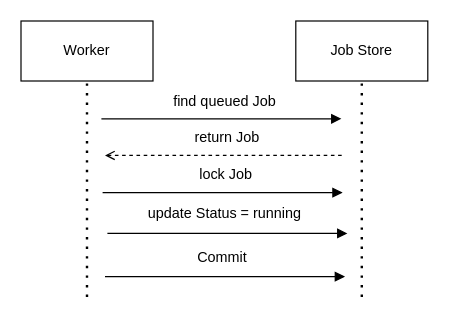
murfei/FaultTolerantJobProcessing keeps this draw.io diagram as Paper/drawio/dbJobClaiming.drawio. Above is the earlier version. Source tidied: cells renumbered, new cells numbered last; positions are measured from the earlier drawing's top-left corner, leaving out a move shared by most shapes. Both pictures are drawn from the tidied source at 120%, with x=0, y=0 at pixel (20, 20).
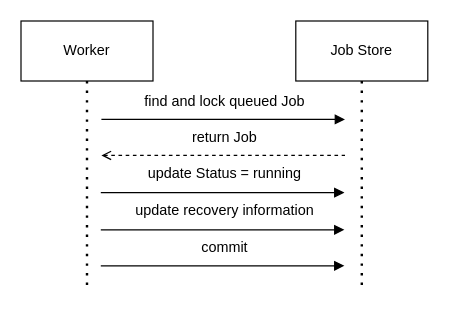
Above is the later version.

Unchanged cells that the change refers to:
```xml
<mxCell id="2" value="Worker" style="html=1;whiteSpace=wrap;" parent="1" vertex="1">
  <mxGeometry width="110" height="50" as="geometry" />
</mxCell>
<mxCell id="4" value="Job Store" style="html=1;whiteSpace=wrap;" parent="1" vertex="1">
  <mxGeometry x="229" width="110" height="50" as="geometry" />
</mxCell>
```

Change to the diagram source:
```diff
@@
     <mxCell id="3" style="endArrow=none;dashed=1;html=1;dashPattern=1 3;strokeWidth=2;rounded=0;entryX=0.5;entryY=1;entryDx=0;entryDy=0;" parent="1" edge="1" target="2">
       <mxGeometry relative="1" as="geometry">
-        <mxPoint x="55" y="230" as="sourcePoint" />
+        <mxPoint x="55" y="220" as="sourcePoint" />
       </mxGeometry>
     </mxCell>
@@
     <mxCell id="5" style="endArrow=none;dashed=1;html=1;dashPattern=1 3;strokeWidth=2;rounded=0;entryX=0.5;entryY=1;entryDx=0;entryDy=0;" parent="1" edge="1" target="4">
       <mxGeometry relative="1" as="geometry">
-        <mxPoint x="284" y="230" as="sourcePoint" />
+        <mxPoint x="284" y="220" as="sourcePoint" />
       </mxGeometry>
     </mxCell>
-    <mxCell id="6" style="endArrow=block;html=1;rounded=0;endFill=1;" parent="1" edge="1">
-      <mxGeometry relative="1" as="geometry">
-        <mxPoint x="72" y="177" as="sourcePoint" />
-        <mxPoint x="272" y="177" as="targetPoint" />
-      </mxGeometry>
-    </mxCell>
-    <mxCell id="7" style="endArrow=none;html=1;rounded=0;endFill=0;startArrow=open;startFill=0;dashed=1;" parent="1" edge="1">
-      <mxGeometry relative="1" as="geometry">
-        <mxPoint x="70" y="112" as="sourcePoint" />
-        <mxPoint x="270" y="112" as="targetPoint" />
-      </mxGeometry>
-    </mxCell>
-    <mxCell id="8" style="endArrow=block;html=1;rounded=0;endFill=1;" parent="1" edge="1">
-      <mxGeometry relative="1" as="geometry">
-        <mxPoint x="68" y="143" as="sourcePoint" />
-        <mxPoint x="268" y="143" as="targetPoint" />
-      </mxGeometry>
-    </mxCell>
-    <mxCell id="9" value="lock Job" style="text;html=1;whiteSpace=wrap;strokeColor=none;fillColor=none;align=center;verticalAlign=middle;rounded=0;" parent="1" vertex="1">
-      <mxGeometry x="81" y="113" width="180" height="30" as="geometry" />
-    </mxCell>
     <mxCell id="10" style="endArrow=block;html=1;rounded=0;endFill=1;" parent="1" edge="1">
       <mxGeometry relative="1" as="geometry">
-        <mxPoint x="67" y="81.5" as="sourcePoint" />
-        <mxPoint x="267" y="81.5" as="targetPoint" />
+        <mxPoint x="67" y="82" as="sourcePoint" />
+        <mxPoint x="270" y="82" as="targetPoint" />
       </mxGeometry>
     </mxCell>
-    <mxCell id="11" value="find queued Job" style="text;html=1;whiteSpace=wrap;strokeColor=none;fillColor=none;align=center;verticalAlign=middle;rounded=0;" parent="1" vertex="1">
-      <mxGeometry x="80" y="51.5" width="180" height="30" as="geometry" />
+    <mxCell id="11" value="find and lock queued Job" style="text;html=1;whiteSpace=wrap;strokeColor=none;fillColor=none;align=center;verticalAlign=middle;rounded=0;" parent="1" vertex="1">
+      <mxGeometry x="60" y="51.5" width="220" height="30" as="geometry" />
     </mxCell>
     <mxCell id="12" value="return Job" style="text;html=1;whiteSpace=wrap;strokeColor=none;fillColor=none;align=center;verticalAlign=middle;rounded=0;" parent="1" vertex="1">
-      <mxGeometry x="142" y="81.5" width="60" height="30" as="geometry" />
+      <mxGeometry x="60" y="81.5" width="220" height="30" as="geometry" />
     </mxCell>
     <mxCell id="13" value="update Status = running" style="text;html=1;whiteSpace=wrap;strokeColor=none;fillColor=none;align=center;verticalAlign=middle;rounded=0;" parent="1" vertex="1">
-      <mxGeometry x="80" y="146" width="180" height="30" as="geometry" />
+      <mxGeometry x="60" y="112" width="220" height="30" as="geometry" />
     </mxCell>
-    <mxCell id="14" style="endArrow=block;html=1;rounded=0;endFill=1;" parent="1" edge="1">
-      <mxGeometry relative="1" as="geometry">
-        <mxPoint x="70" y="213" as="sourcePoint" />
-        <mxPoint x="270" y="213" as="targetPoint" />
-      </mxGeometry>
-    </mxCell>
-    <mxCell id="15" value="Commit" style="text;html=1;whiteSpace=wrap;strokeColor=none;fillColor=none;align=center;verticalAlign=middle;rounded=0;" parent="1" vertex="1">
-      <mxGeometry x="78" y="182" width="180" height="30" as="geometry" />
+    <mxCell id="15" value="commit" style="text;html=1;whiteSpace=wrap;strokeColor=none;fillColor=none;align=center;verticalAlign=middle;rounded=0;" parent="1" vertex="1">
+      <mxGeometry x="60" y="174" width="220" height="30" as="geometry" />
     </mxCell>
+    <mxCell id="16" value="update recovery information" style="text;html=1;whiteSpace=wrap;strokeColor=none;fillColor=none;align=center;verticalAlign=middle;rounded=0;" parent="1" vertex="1">
+      <mxGeometry x="60" y="143" width="220" height="30" as="geometry" />
+    </mxCell>
+    <mxCell id="17" style="endArrow=none;html=1;rounded=0;endFill=0;startArrow=open;startFill=0;dashed=1;" parent="1" edge="1">
+      <mxGeometry relative="1" as="geometry">
+        <mxPoint x="67" y="112" as="sourcePoint" />
+        <mxPoint x="270" y="112" as="targetPoint" />
+      </mxGeometry>
+    </mxCell>
+    <mxCell id="18" style="endArrow=block;html=1;rounded=0;endFill=1;" parent="1" edge="1">
+      <mxGeometry relative="1" as="geometry">
+        <mxPoint x="66.5" y="204" as="sourcePoint" />
+        <mxPoint x="269.5" y="204" as="targetPoint" />
+      </mxGeometry>
+    </mxCell>
+    <mxCell id="19" style="endArrow=block;html=1;rounded=0;endFill=1;" parent="1" edge="1">
+      <mxGeometry relative="1" as="geometry">
+        <mxPoint x="66.5" y="143" as="sourcePoint" />
+        <mxPoint x="269.5" y="143" as="targetPoint" />
+      </mxGeometry>
+    </mxCell>
+    <mxCell id="20" style="endArrow=block;html=1;rounded=0;endFill=1;" parent="1" edge="1">
+      <mxGeometry relative="1" as="geometry">
+        <mxPoint x="66.5" y="174" as="sourcePoint" />
+        <mxPoint x="269.5" y="174" as="targetPoint" />
+      </mxGeometry>
+    </mxCell>
```
